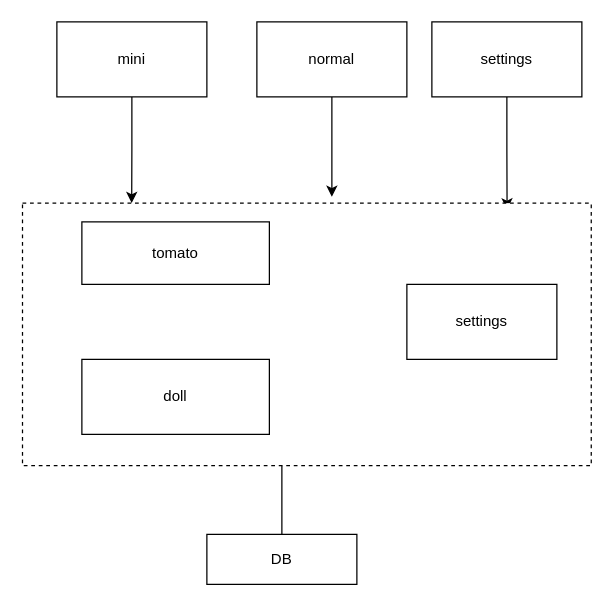
Before: Untitled Diagram.drawio in lbb2446/desktopElf, a draw.io diagram. Source tidied: cells renumbered, new cells numbered last; positions are measured from the earlier drawing's top-left corner, leaving out a move shared by most shapes. Both pictures are drawn from the tidied source at 125%, with x=0, y=0 at pixel (21, 21).
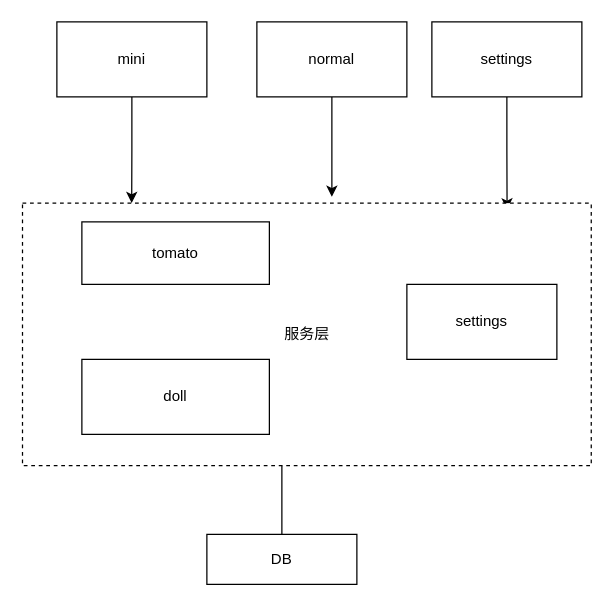
After the change.

Change to the diagram source:
```diff
@@
 <mxGraphModel>
   <root>
     <mxCell id="0" />
     <mxCell id="1" parent="0" />
     <mxCell id="2" style="edgeStyle=orthogonalEdgeStyle;rounded=0;jettySize=auto;html=1;exitX=0.5;exitY=1;exitDx=0;exitDy=0;entryX=0.192;entryY=0;entryDx=0;entryDy=0;entryPerimeter=0;" parent="1" edge="1" source="3" target="10">
       <mxGeometry relative="1" as="geometry" />
     </mxCell>
     <mxCell id="3" value="mini" style="rounded=0;whiteSpace=wrap;html=1;" parent="1" vertex="1">
       <mxGeometry x="28" width="120" height="60" as="geometry" />
     </mxCell>
     <mxCell id="4" style="edgeStyle=orthogonalEdgeStyle;rounded=0;jettySize=auto;html=1;" parent="1" edge="1" source="5">
       <mxGeometry relative="1" as="geometry">
         <mxPoint x="248" y="140" as="targetPoint" />
       </mxGeometry>
     </mxCell>
     <mxCell id="5" value="normal" style="rounded=0;whiteSpace=wrap;html=1;" parent="1" vertex="1">
       <mxGeometry x="188" width="120" height="60" as="geometry" />
     </mxCell>
     <mxCell id="6" style="edgeStyle=orthogonalEdgeStyle;rounded=0;jettySize=auto;html=1;entryX=0.852;entryY=0.024;entryDx=0;entryDy=0;entryPerimeter=0;" parent="1" edge="1" source="7" target="10">
       <mxGeometry relative="1" as="geometry" />
     </mxCell>
     <mxCell id="7" value="settings" style="rounded=0;whiteSpace=wrap;html=1;" parent="1" vertex="1">
       <mxGeometry x="328" width="120" height="60" as="geometry" />
     </mxCell>
     <mxCell id="8" style="edgeStyle=orthogonalEdgeStyle;rounded=0;jettySize=auto;html=1;" parent="1" edge="1" source="9">
       <mxGeometry relative="1" as="geometry">
         <mxPoint x="208" y="340" as="targetPoint" />
       </mxGeometry>
     </mxCell>
     <mxCell id="9" value="DB" style="rounded=0;whiteSpace=wrap;html=1;" parent="1" vertex="1">
       <mxGeometry x="148" y="410" width="120" height="40" as="geometry" />
     </mxCell>
-    <mxCell id="10" style="rounded=0;whiteSpace=wrap;html=1;dashed=1;" parent="1" vertex="1">
+    <mxCell id="10" value="服务层" style="rounded=0;whiteSpace=wrap;html=1;dashed=1;" parent="1" vertex="1">
       <mxGeometry x="0.5" y="145" width="455" height="210" as="geometry" />
     </mxCell>
     <mxCell id="11" value="tomato" style="rounded=0;whiteSpace=wrap;html=1;" parent="1" vertex="1">
       <mxGeometry x="48" y="160" width="150" height="50" as="geometry" />
     </mxCell>
     <mxCell id="12" value="doll" style="rounded=0;whiteSpace=wrap;html=1;" parent="1" vertex="1">
       <mxGeometry x="48" y="270" width="150" height="60" as="geometry" />
     </mxCell>
     <mxCell id="13" value="settings" style="rounded=0;whiteSpace=wrap;html=1;" parent="1" vertex="1">
       <mxGeometry x="308" y="210" width="120" height="60" as="geometry" />
     </mxCell>
   </root>
 </mxGraphModel>
```
